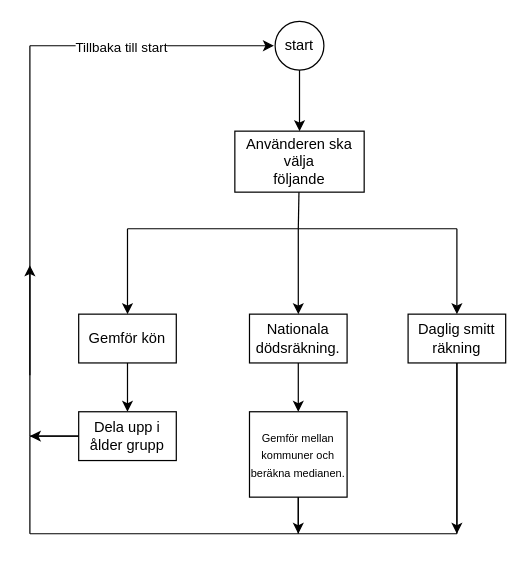
This is planering.drawio from axeljornulf/axel_jornulf_te19d, a draw.io file, before an edit. Source tidied: cells renumbered, new cells numbered last; positions are measured from the earlier drawing's top-left corner, leaving out a move shared by most shapes. Both pictures are drawn from the tidied source at 122%, with x=0, y=0 at pixel (29, 21).
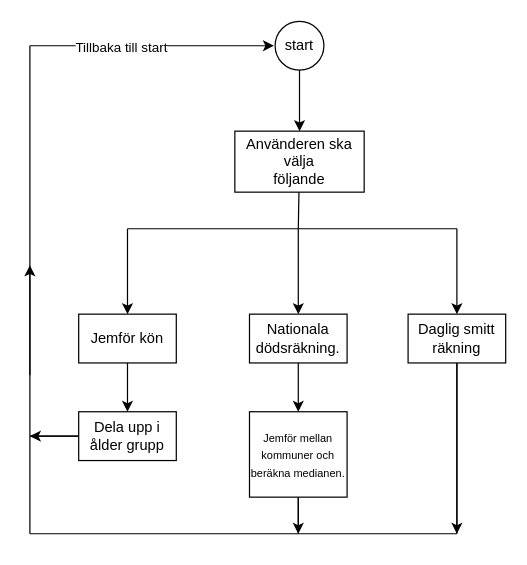
The same page after the edit.

Diff of the diagram source:
```diff
@@
-    <mxCell id="8" value="Gemför kön" style="rounded=0;whiteSpace=wrap;html=1;" parent="1" vertex="1">
+    <mxCell id="8" value="Jemför kön" style="rounded=0;whiteSpace=wrap;html=1;" parent="1" vertex="1">
       <mxGeometry x="40" y="240" width="80" height="40" as="geometry" />
     </mxCell>
@@
-    <mxCell id="12" value="&lt;font style=&quot;font-size: 9px&quot;&gt;Gemför mellan kommuner och beräkna medianen.&lt;br&gt;&lt;/font&gt;" style="rounded=0;whiteSpace=wrap;html=1;" parent="1" vertex="1">
+    <mxCell id="12" value="&lt;font style=&quot;font-size: 9px&quot;&gt;Jemför mellan kommuner och beräkna medianen.&lt;br&gt;&lt;/font&gt;" style="rounded=0;whiteSpace=wrap;html=1;" parent="1" vertex="1">
       <mxGeometry x="180" y="320" width="80" height="70" as="geometry" />
     </mxCell>
```
